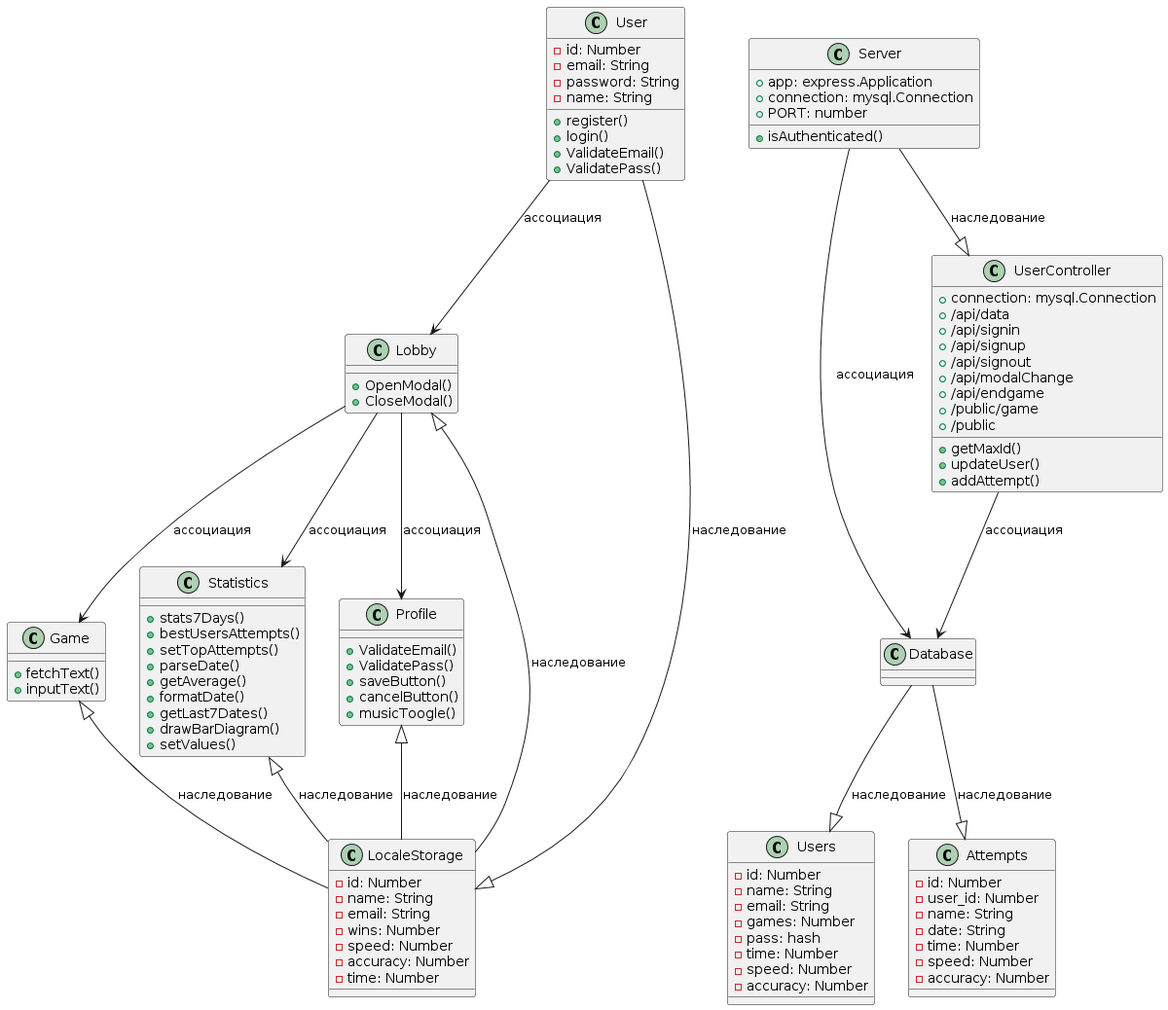
danelloptz/typeguru keeps this PlantUML diagram as docs/diagrams/classes.png. Above is the earlier version.
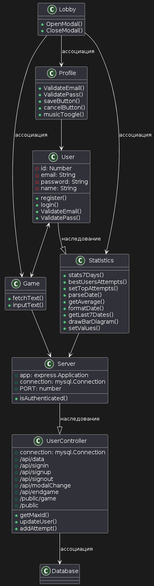
After the commit.

Commit message:
обновлены диаграммы классов и объектов

Change to the diagram source:
```diff
@@ -40,15 +40,6 @@
  + OpenModal()
  + CloseModal()
 }
-class LocaleStorage {
- - id: Number
- - name: String
- - email: String
- - wins: Number
- - speed: Number
- - accuracy: Number
- - time: Number
-}
 class Server {
  +app: express.Application
  +connection: mysql.Connection
@@ -58,27 +49,6 @@
 }
 
 class Database {
-}
-
-class Users {
- - id: Number
- - name: String
- - email: String
- - games: Number
- - pass: hash
- - time: Number
- - speed: Number
- - accuracy: Number
-}
-
-class Attempts {
- - id: Number
- - user_id: Number
- - name: String
- - date: String
- - time: Number
- - speed: Number
- - accuracy: Number
 }
 
 class UserController {
@@ -97,19 +67,15 @@
 }
 
 
-User --> Lobby : ассоциация
 Lobby --> Game : ассоциация
 Lobby --> Statistics : ассоциация
 Lobby --> Profile : ассоциация
-User --|> LocaleStorage : наследование
-Profile <|-- LocaleStorage : наследование
-Game <|-- LocaleStorage : наследование
-Lobby <|-- LocaleStorage : наследование
-Statistics <|-- LocaleStorage : наследование
+Game --> Server
+Statistics --> Server
+Profile --> User
+User <--> Game
+User --|> Statistics  : наследование
 
-Server --> Database : ассоциация
 Server --|>  UserController : наследование
 UserController --> Database : ассоциация
-Database --|> Users : наследование
-Database --|> Attempts : наследование
 @enduml
```
